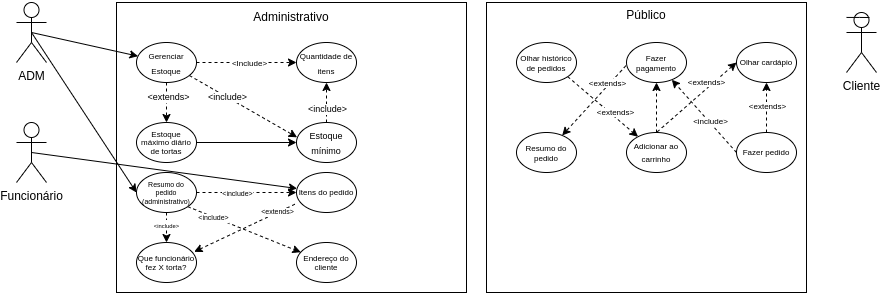
FreelyTian/docs keeps this draw.io diagram as UC_d.drawio.png. Above is the earlier version. Source tidied: cells renumbered, new cells last; positions are measured from the earlier drawing's top-left corner, leaving out a move shared by most shapes.
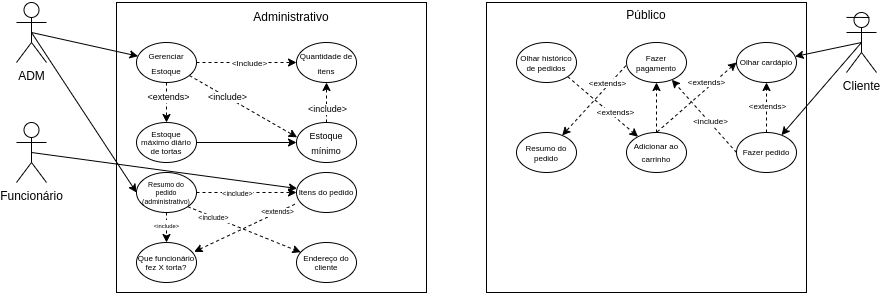
Above is the later version.

Commit message:
Add linhas de ação

The edit, as a diff of the source:
```diff
@@ -2,8 +2,11 @@
   <root>
     <mxCell id="0" />
     <mxCell id="1" parent="0" />
+    <mxCell id="35" style="rounded=0;whiteSpace=wrap;html=1;" parent="1" vertex="1">
+      <mxGeometry x="470" y="2" width="320" height="290" as="geometry" />
+    </mxCell>
     <mxCell id="2" style="rounded=0;whiteSpace=wrap;html=1;" parent="1" vertex="1">
-      <mxGeometry x="100" y="2" width="350" height="290" as="geometry" />
+      <mxGeometry x="100" y="2" width="310" height="290" as="geometry" />
     </mxCell>
     <mxCell id="3" style="edgeStyle=none;rounded=0;jettySize=auto;html=1;exitX=0.5;exitY=0.5;exitDx=0;exitDy=0;exitPerimeter=0;fontSize=9;" parent="1" edge="1" source="5" target="16">
       <mxGeometry relative="1" as="geometry" />
@@ -20,6 +23,12 @@
     <mxCell id="7" value="Funcionário" style="shape=umlActor;verticalLabelPosition=bottom;verticalAlign=top;html=1;outlineConnect=0;" parent="1" vertex="1">
       <mxGeometry y="122" width="30" height="60" as="geometry" />
     </mxCell>
+    <mxCell id="54" style="edgeStyle=none;rounded=0;jettySize=auto;html=1;exitX=0.5;exitY=0.5;exitDx=0;exitDy=0;exitPerimeter=0;fontSize=8;startArrow=none;startFill=0;endArrow=classic;endFill=1;" parent="1" edge="1" source="8" target="38">
+      <mxGeometry relative="1" as="geometry" />
+    </mxCell>
+    <mxCell id="55" style="edgeStyle=none;rounded=0;jettySize=auto;html=1;exitX=0.5;exitY=0.5;exitDx=0;exitDy=0;exitPerimeter=0;fontSize=8;startArrow=none;startFill=0;endArrow=classic;endFill=1;" parent="1" edge="1" source="8" target="43">
+      <mxGeometry relative="1" as="geometry" />
+    </mxCell>
     <mxCell id="8" value="Cliente&lt;br&gt;" style="shape=umlActor;verticalLabelPosition=bottom;verticalAlign=top;html=1;outlineConnect=0;" parent="1" vertex="1">
       <mxGeometry x="830" y="12" width="30" height="60" as="geometry" />
     </mxCell>
@@ -109,9 +118,6 @@
     <mxCell id="34" value="&lt;p style=&quot;line-height: 60%;&quot;&gt;&lt;font style=&quot;font-size: 7px;&quot;&gt;Resumo do pedido (administrativo)&lt;/font&gt;&lt;/p&gt;" style="ellipse;whiteSpace=wrap;html=1;" parent="1" vertex="1">
       <mxGeometry x="120" y="172" width="60" height="40" as="geometry" />
     </mxCell>
-    <mxCell id="35" style="rounded=0;whiteSpace=wrap;html=1;" parent="1" vertex="1">
-      <mxGeometry x="470" y="2" width="320" height="290" as="geometry" />
-    </mxCell>
     <mxCell id="36" style="rounded=0;jettySize=auto;html=1;exitX=0;exitY=0.5;exitDx=0;exitDy=0;entryX=0.5;entryY=0;entryDx=0;entryDy=0;dashed=1;fontSize=8;endArrow=none;endFill=0;startArrow=classic;startFill=1;" parent="1" edge="1" source="38" target="50">
       <mxGeometry relative="1" as="geometry" />
     </mxCell>
```
